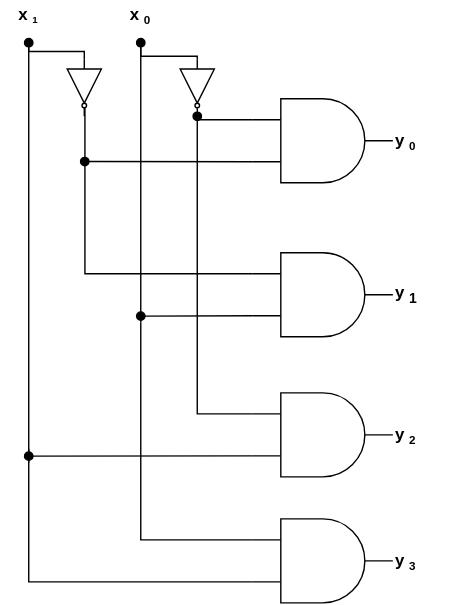
This is 02/yongki/assets/decoder.drawio.svg from cs-study-org/cs-study, a draw.io export, as it was before one commit. Source tidied: cells renumbered, new cells last; positions are measured from the earlier drawing's top-left corner, leaving out a move shared by most shapes. The source it was exported from:
```xml
<mxGraphModel>
  <root>
    <mxCell id="0" />
    <mxCell id="1" parent="0" />
    <mxCell id="2" value="&lt;b&gt;y&lt;sub&gt;1&lt;/sub&gt;&lt;/b&gt;" style="text;html=1;strokeColor=none;fillColor=none;align=left;verticalAlign=middle;whiteSpace=wrap;rounded=0;" parent="1" vertex="1">
      <mxGeometry x="280" y="200" width="40" height="20" as="geometry" />
    </mxCell>
    <mxCell id="3" value="&lt;b&gt;y&lt;span style=&quot;font-size: 10px&quot;&gt;&lt;sub&gt;0&lt;/sub&gt;&lt;/span&gt;&lt;/b&gt;" style="text;html=1;strokeColor=none;fillColor=none;align=left;verticalAlign=middle;whiteSpace=wrap;rounded=0;" parent="1" vertex="1">
      <mxGeometry x="280" y="90" width="40" height="20" as="geometry" />
    </mxCell>
    <mxCell id="4" style="endArrow=none;html=1;" parent="1" edge="1">
      <mxGeometry relative="1" as="geometry">
        <mxPoint x="100" y="230" as="sourcePoint" />
        <mxPoint x="100" y="30" as="targetPoint" />
      </mxGeometry>
    </mxCell>
    <mxCell id="5" style="endArrow=none;html=1;" parent="1" edge="1">
      <mxGeometry relative="1" as="geometry">
        <mxPoint x="20" y="330" as="sourcePoint" />
        <mxPoint x="20" y="30" as="targetPoint" />
      </mxGeometry>
    </mxCell>
    <mxCell id="6" value="&lt;b&gt;x&lt;span style=&quot;font-size: 8.33333px&quot;&gt;&lt;sub&gt;1&lt;/sub&gt;&lt;/span&gt;&lt;/b&gt;" style="text;html=1;strokeColor=none;fillColor=none;align=center;verticalAlign=middle;whiteSpace=wrap;rounded=0;labelPosition=center;verticalLabelPosition=middle;" parent="1" vertex="1">
      <mxGeometry width="40" height="20" as="geometry" />
    </mxCell>
    <mxCell id="7" value="&lt;b&gt;x&lt;span style=&quot;font-size: 10px&quot;&gt;&lt;sub&gt;0&lt;/sub&gt;&lt;/span&gt;&lt;/b&gt;" style="text;html=1;strokeColor=none;fillColor=none;align=center;verticalAlign=middle;whiteSpace=wrap;rounded=0;labelPosition=center;verticalLabelPosition=middle;" parent="1" vertex="1">
      <mxGeometry x="80" width="40" height="20" as="geometry" />
    </mxCell>
    <mxCell id="8" style="edgeStyle=elbowEdgeStyle;rounded=0;elbow=vertical;html=1;exitX=0;exitY=0.25;exitDx=0;exitDy=0;exitPerimeter=0;entryX=1;entryY=0.5;entryDx=0;entryDy=0;entryPerimeter=0;endArrow=oval;endFill=1;" parent="1" edge="1" source="10" target="25">
      <mxGeometry relative="1" as="geometry">
        <Array as="points">
          <mxPoint x="160" y="85" />
        </Array>
      </mxGeometry>
    </mxCell>
    <mxCell id="9" style="edgeStyle=elbowEdgeStyle;rounded=0;elbow=vertical;html=1;exitX=0;exitY=0.75;exitDx=0;exitDy=0;exitPerimeter=0;endArrow=oval;endFill=1;" parent="1" edge="1" source="10">
      <mxGeometry relative="1" as="geometry">
        <mxPoint x="60" y="114.9" as="targetPoint" />
      </mxGeometry>
    </mxCell>
    <mxCell id="10" style="verticalLabelPosition=bottom;shadow=0;dashed=0;align=center;html=1;verticalAlign=top;shape=mxgraph.electrical.logic_gates.logic_gate;operation=and;" parent="1" vertex="1">
      <mxGeometry x="180" y="70" width="100" height="60" as="geometry" />
    </mxCell>
    <mxCell id="11" style="edgeStyle=elbowEdgeStyle;rounded=0;elbow=vertical;html=1;exitX=0;exitY=0.75;exitDx=0;exitDy=0;exitPerimeter=0;endArrow=oval;endFill=1;" parent="1" edge="1" source="13">
      <mxGeometry relative="1" as="geometry">
        <mxPoint x="100" y="225.2" as="targetPoint" />
      </mxGeometry>
    </mxCell>
    <mxCell id="12" style="edgeStyle=elbowEdgeStyle;rounded=0;elbow=vertical;html=1;exitX=0;exitY=0.25;exitDx=0;exitDy=0;exitPerimeter=0;entryX=0.856;entryY=0.481;entryDx=0;entryDy=0;entryPerimeter=0;endArrow=none;endFill=0;" parent="1" edge="1" source="13" target="23">
      <mxGeometry relative="1" as="geometry">
        <Array as="points">
          <mxPoint x="120" y="195" />
        </Array>
      </mxGeometry>
    </mxCell>
    <mxCell id="13" style="verticalLabelPosition=bottom;shadow=0;dashed=0;align=center;html=1;verticalAlign=top;shape=mxgraph.electrical.logic_gates.logic_gate;operation=and;" parent="1" vertex="1">
      <mxGeometry x="180" y="180" width="100" height="60" as="geometry" />
    </mxCell>
    <mxCell id="14" style="edgeStyle=elbowEdgeStyle;rounded=0;elbow=vertical;html=1;exitX=0;exitY=0.25;exitDx=0;exitDy=0;exitPerimeter=0;endArrow=none;endFill=0;" parent="1" edge="1" source="16">
      <mxGeometry relative="1" as="geometry">
        <mxPoint x="100" y="230" as="targetPoint" />
        <Array as="points">
          <mxPoint x="150" y="385" />
        </Array>
      </mxGeometry>
    </mxCell>
    <mxCell id="15" style="edgeStyle=elbowEdgeStyle;rounded=0;elbow=vertical;html=1;exitX=0;exitY=0.75;exitDx=0;exitDy=0;exitPerimeter=0;endArrow=none;endFill=0;" parent="1" edge="1" source="16">
      <mxGeometry relative="1" as="geometry">
        <mxPoint x="20" y="320" as="targetPoint" />
        <Array as="points">
          <mxPoint x="90" y="415" />
        </Array>
      </mxGeometry>
    </mxCell>
    <mxCell id="16" style="verticalLabelPosition=bottom;shadow=0;dashed=0;align=center;html=1;verticalAlign=top;shape=mxgraph.electrical.logic_gates.logic_gate;operation=and;" parent="1" vertex="1">
      <mxGeometry x="180" y="370" width="100" height="60" as="geometry" />
    </mxCell>
    <mxCell id="17" style="edgeStyle=elbowEdgeStyle;rounded=0;elbow=vertical;html=1;exitX=0;exitY=0.75;exitDx=0;exitDy=0;exitPerimeter=0;endArrow=oval;endFill=1;" parent="1" edge="1" source="19">
      <mxGeometry relative="1" as="geometry">
        <mxPoint x="20" y="325.2" as="targetPoint" />
      </mxGeometry>
    </mxCell>
    <mxCell id="18" style="edgeStyle=elbowEdgeStyle;rounded=0;elbow=vertical;html=1;exitX=0;exitY=0.25;exitDx=0;exitDy=0;exitPerimeter=0;entryX=1;entryY=0.5;entryDx=0;entryDy=0;entryPerimeter=0;endArrow=none;endFill=0;" parent="1" edge="1" source="19" target="25">
      <mxGeometry relative="1" as="geometry">
        <Array as="points">
          <mxPoint x="150" y="295" />
        </Array>
      </mxGeometry>
    </mxCell>
    <mxCell id="19" style="verticalLabelPosition=bottom;shadow=0;dashed=0;align=center;html=1;verticalAlign=top;shape=mxgraph.electrical.logic_gates.logic_gate;operation=and;" parent="1" vertex="1">
      <mxGeometry x="180" y="280" width="100" height="60" as="geometry" />
    </mxCell>
    <mxCell id="20" value="&lt;b&gt;y&lt;span style=&quot;font-size: 10px&quot;&gt;&lt;sub&gt;2&lt;/sub&gt;&lt;/span&gt;&lt;/b&gt;" style="text;html=1;strokeColor=none;fillColor=none;align=left;verticalAlign=middle;whiteSpace=wrap;rounded=0;" parent="1" vertex="1">
      <mxGeometry x="280" y="300" width="40" height="20" as="geometry" />
    </mxCell>
    <mxCell id="21" value="&lt;b&gt;y&lt;span style=&quot;font-size: 10px&quot;&gt;&lt;sub&gt;3&lt;/sub&gt;&lt;/span&gt;&lt;/b&gt;" style="text;html=1;strokeColor=none;fillColor=none;align=left;verticalAlign=middle;whiteSpace=wrap;rounded=0;" parent="1" vertex="1">
      <mxGeometry x="280" y="390" width="40" height="20" as="geometry" />
    </mxCell>
    <mxCell id="22" style="edgeStyle=elbowEdgeStyle;html=1;exitX=0;exitY=0.5;exitDx=0;exitDy=0;exitPerimeter=0;elbow=vertical;endArrow=oval;endFill=1;rounded=0;" parent="1" edge="1" source="23">
      <mxGeometry relative="1" as="geometry">
        <mxPoint x="20" y="30" as="targetPoint" />
      </mxGeometry>
    </mxCell>
    <mxCell id="23" style="verticalLabelPosition=bottom;shadow=0;dashed=0;align=center;html=1;verticalAlign=top;shape=mxgraph.electrical.logic_gates.inverter_2;rotation=90;" parent="1" vertex="1">
      <mxGeometry x="39.3" y="50" width="40.7" height="24.4" as="geometry" />
    </mxCell>
    <mxCell id="24" style="edgeStyle=elbowEdgeStyle;html=1;endArrow=oval;endFill=1;elbow=vertical;rounded=0;" parent="1" edge="1" source="25">
      <mxGeometry relative="1" as="geometry">
        <mxPoint x="100" y="30" as="targetPoint" />
      </mxGeometry>
    </mxCell>
    <mxCell id="25" style="verticalLabelPosition=bottom;shadow=0;dashed=0;align=center;html=1;verticalAlign=top;shape=mxgraph.electrical.logic_gates.inverter_2;rotation=90;" parent="1" vertex="1">
      <mxGeometry x="120" y="50" width="40.7" height="24.4" as="geometry" />
    </mxCell>
  </root>
</mxGraphModel>
```
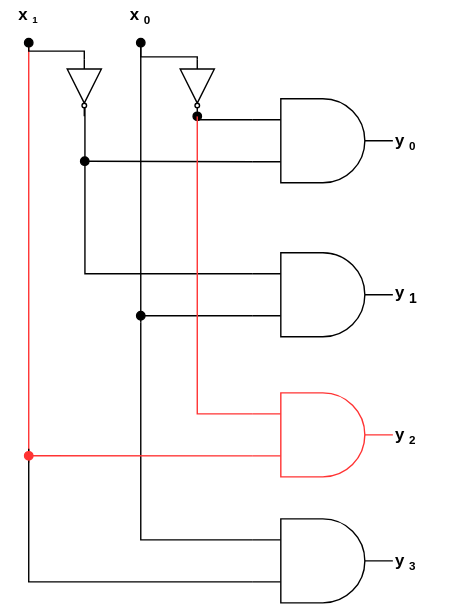
After the change.

Diff of the diagram source:
```diff
@@ -14,7 +14,7 @@
         <mxPoint x="100" y="30" as="targetPoint" />
       </mxGeometry>
     </mxCell>
-    <mxCell id="5" style="endArrow=none;html=1;" parent="1" edge="1">
+    <mxCell id="5" style="endArrow=none;html=1;strokeColor=#FF3333;" parent="1" edge="1">
       <mxGeometry relative="1" as="geometry">
         <mxPoint x="20" y="330" as="sourcePoint" />
         <mxPoint x="20" y="30" as="targetPoint" />
@@ -75,19 +75,19 @@
     <mxCell id="16" style="verticalLabelPosition=bottom;shadow=0;dashed=0;align=center;html=1;verticalAlign=top;shape=mxgraph.electrical.logic_gates.logic_gate;operation=and;" parent="1" vertex="1">
       <mxGeometry x="180" y="370" width="100" height="60" as="geometry" />
     </mxCell>
-    <mxCell id="17" style="edgeStyle=elbowEdgeStyle;rounded=0;elbow=vertical;html=1;exitX=0;exitY=0.75;exitDx=0;exitDy=0;exitPerimeter=0;endArrow=oval;endFill=1;" parent="1" edge="1" source="19">
+    <mxCell id="17" style="edgeStyle=elbowEdgeStyle;rounded=0;elbow=vertical;html=1;exitX=0;exitY=0.75;exitDx=0;exitDy=0;exitPerimeter=0;endArrow=oval;endFill=1;strokeColor=#FF3333;" parent="1" edge="1" source="19">
       <mxGeometry relative="1" as="geometry">
         <mxPoint x="20" y="325.2" as="targetPoint" />
       </mxGeometry>
     </mxCell>
-    <mxCell id="18" style="edgeStyle=elbowEdgeStyle;rounded=0;elbow=vertical;html=1;exitX=0;exitY=0.25;exitDx=0;exitDy=0;exitPerimeter=0;entryX=1;entryY=0.5;entryDx=0;entryDy=0;entryPerimeter=0;endArrow=none;endFill=0;" parent="1" edge="1" source="19" target="25">
+    <mxCell id="18" style="edgeStyle=elbowEdgeStyle;rounded=0;elbow=vertical;html=1;exitX=0;exitY=0.25;exitDx=0;exitDy=0;exitPerimeter=0;entryX=1;entryY=0.5;entryDx=0;entryDy=0;entryPerimeter=0;endArrow=none;endFill=0;strokeColor=#FF3333;" parent="1" edge="1" source="19" target="25">
       <mxGeometry relative="1" as="geometry">
         <Array as="points">
           <mxPoint x="150" y="295" />
         </Array>
       </mxGeometry>
     </mxCell>
-    <mxCell id="19" style="verticalLabelPosition=bottom;shadow=0;dashed=0;align=center;html=1;verticalAlign=top;shape=mxgraph.electrical.logic_gates.logic_gate;operation=and;" parent="1" vertex="1">
+    <mxCell id="19" style="verticalLabelPosition=bottom;shadow=0;dashed=0;align=center;html=1;verticalAlign=top;shape=mxgraph.electrical.logic_gates.logic_gate;operation=and;labelBorderColor=none;strokeColor=#FF3333;" parent="1" vertex="1">
       <mxGeometry x="180" y="280" width="100" height="60" as="geometry" />
     </mxCell>
     <mxCell id="20" value="&lt;b&gt;y&lt;span style=&quot;font-size: 10px&quot;&gt;&lt;sub&gt;2&lt;/sub&gt;&lt;/span&gt;&lt;/b&gt;" style="text;html=1;strokeColor=none;fillColor=none;align=left;verticalAlign=middle;whiteSpace=wrap;rounded=0;" parent="1" vertex="1">
```
